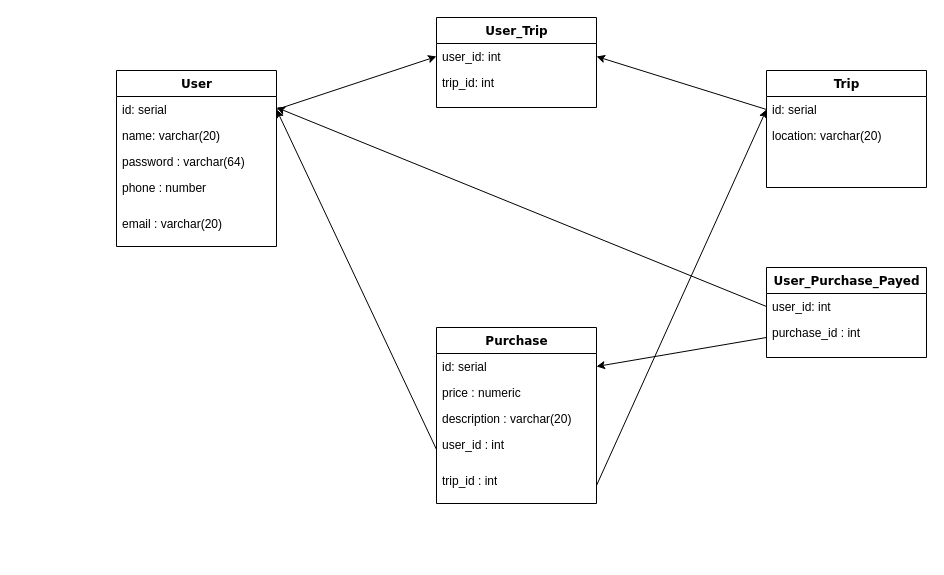
Above: docs/diagrams/postgre_model_splitify.drawio in RodrigoNevesWork/Splitify (draw.io), before the change. Source tidied: cells renumbered, new cells numbered last; positions are measured from the earlier drawing's top-left corner, leaving out a move shared by most shapes. Both pictures are drawn from the tidied source at 100%, with x=0, y=0 at pixel (116, 17).
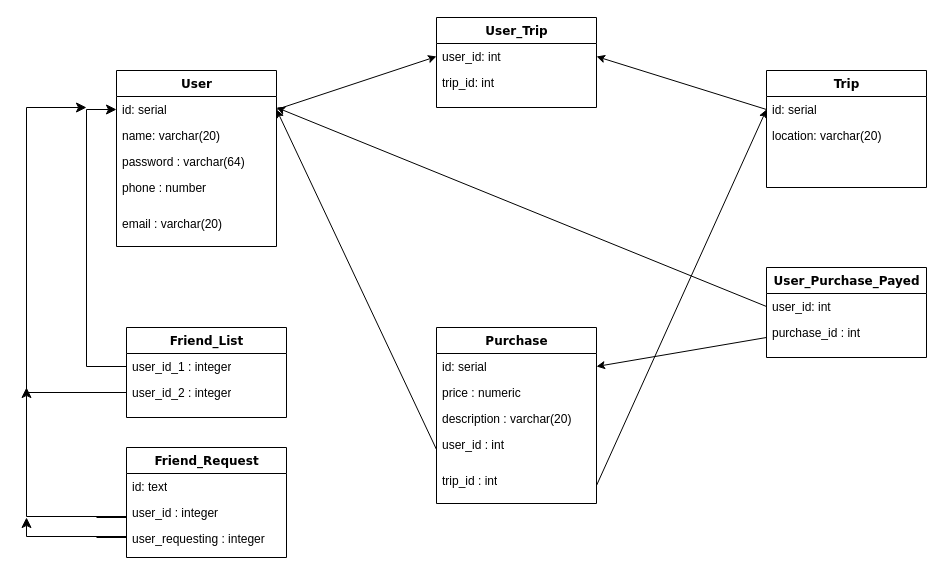
The same diagram, later.

The change refers to these unchanged cells:
```xml
<mxCell id="3" value="id: serial&lt;br&gt;&amp;nbsp;" style="text;html=1;strokeColor=none;fillColor=none;align=left;verticalAlign=top;spacingLeft=4;spacingRight=4;whiteSpace=wrap;overflow=hidden;points=[[0,0.5],[1,0.5]];portConstraint=eastwest;" parent="2" vertex="1">
  <mxGeometry y="26" width="160" height="26" as="geometry" />
</mxCell>
```

Diff of the diagram source:
```diff
@@
+    <mxCell id="29" value="Friend_List" style="swimlane;html=1;fontStyle=1;align=center;verticalAlign=top;horizontal=1;startSize=26;swimlaneFillColor=#ffffff;rounded=0;shadow=0;comic=0;labelBackgroundColor=none;strokeWidth=1;fillColor=none;fontFamily=Verdana;fontSize=12;" parent="1" vertex="1">
+      <mxGeometry x="10" y="310" width="160" height="90" as="geometry" />
+    </mxCell>
+    <mxCell id="30" value="user_id_1 : integer" style="text;html=1;strokeColor=none;fillColor=none;align=left;verticalAlign=top;spacingLeft=4;spacingRight=4;whiteSpace=wrap;overflow=hidden;points=[[0,0.5],[1,0.5]];portConstraint=eastwest;" parent="29" vertex="1">
+      <mxGeometry y="26" width="160" height="26" as="geometry" />
+    </mxCell>
+    <mxCell id="31" value="user_id_2&amp;nbsp;: integer" style="text;html=1;strokeColor=none;fillColor=none;align=left;verticalAlign=top;spacingLeft=4;spacingRight=4;whiteSpace=wrap;overflow=hidden;points=[[0,0.5],[1,0.5]];portConstraint=eastwest;" parent="29" vertex="1">
+      <mxGeometry y="52" width="160" height="26" as="geometry" />
+    </mxCell>
+    <mxCell id="32" style="edgeStyle=segmentEdgeStyle;endArrow=classic;html=1;curved=0;rounded=0;endSize=8;startSize=8;exitX=0;exitY=0.5;exitDx=0;exitDy=0;entryX=0;entryY=0.5;entryDx=0;entryDy=0;" parent="1" edge="1" source="30" target="3">
+      <mxGeometry relative="1" as="geometry">
+        <Array as="points">
+          <mxPoint x="-30" y="349" />
+          <mxPoint x="-30" y="92" />
+        </Array>
+      </mxGeometry>
+    </mxCell>
+    <mxCell id="33" style="edgeStyle=elbowEdgeStyle;elbow=horizontal;endArrow=classic;html=1;curved=0;rounded=0;endSize=8;startSize=8;exitX=0;exitY=0.5;exitDx=0;exitDy=0;" parent="1" edge="1" source="31">
+      <mxGeometry relative="1" as="geometry">
+        <mxPoint x="-30" y="90" as="targetPoint" />
+        <Array as="points">
+          <mxPoint x="-90" y="90" />
+          <mxPoint x="-85" y="330" />
+          <mxPoint x="-85" y="370" />
+        </Array>
+      </mxGeometry>
+    </mxCell>
+    <mxCell id="34" value="Friend_Request" style="swimlane;html=1;fontStyle=1;align=center;verticalAlign=top;horizontal=1;startSize=26;swimlaneFillColor=#ffffff;rounded=0;shadow=0;comic=0;labelBackgroundColor=none;strokeWidth=1;fillColor=none;fontFamily=Verdana;fontSize=12;" parent="1" vertex="1">
+      <mxGeometry x="10" y="430" width="160" height="110" as="geometry" />
+    </mxCell>
+    <mxCell id="35" value="id: text&lt;br&gt;&amp;nbsp;" style="text;html=1;strokeColor=none;fillColor=none;align=left;verticalAlign=top;spacingLeft=4;spacingRight=4;whiteSpace=wrap;overflow=hidden;" parent="34" vertex="1">
+      <mxGeometry y="26" width="160" height="26" as="geometry" />
+    </mxCell>
+    <mxCell id="36" value="user_id : integer" style="text;html=1;strokeColor=none;fillColor=none;align=left;verticalAlign=top;spacingLeft=4;spacingRight=4;whiteSpace=wrap;overflow=hidden;" parent="34" vertex="1">
+      <mxGeometry y="52" width="160" height="26" as="geometry" />
+    </mxCell>
+    <mxCell id="37" value="user_requesting : integer" style="text;html=1;strokeColor=none;fillColor=none;align=left;verticalAlign=top;spacingLeft=4;spacingRight=4;whiteSpace=wrap;overflow=hidden;" parent="34" vertex="1">
+      <mxGeometry y="78" width="160" height="26" as="geometry" />
+    </mxCell>
+    <mxCell id="38" style="edgeStyle=segmentEdgeStyle;endArrow=classic;html=1;curved=0;rounded=0;endSize=8;startSize=8;" parent="1" edge="1">
+      <mxGeometry relative="1" as="geometry">
+        <mxPoint x="-20" y="500" as="sourcePoint" />
+        <mxPoint x="-90" y="370" as="targetPoint" />
+        <Array as="points">
+          <mxPoint x="10" y="500" />
+          <mxPoint x="10" y="499" />
+          <mxPoint x="-90" y="499" />
+        </Array>
+      </mxGeometry>
+    </mxCell>
+    <mxCell id="39" style="edgeStyle=segmentEdgeStyle;endArrow=classic;html=1;curved=0;rounded=0;endSize=8;startSize=8;" parent="1" edge="1">
+      <mxGeometry relative="1" as="geometry">
+        <mxPoint x="-20" y="520" as="sourcePoint" />
+        <mxPoint x="-90" y="500" as="targetPoint" />
+        <Array as="points">
+          <mxPoint x="10" y="520" />
+          <mxPoint x="10" y="519" />
+          <mxPoint x="-90" y="519" />
+        </Array>
+      </mxGeometry>
+    </mxCell>
```
